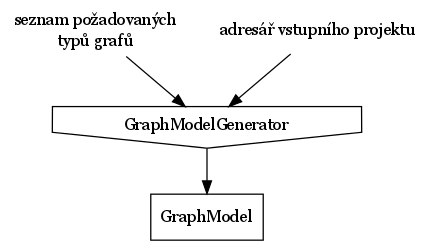
Before: archval/thesis/graphs/graph_generator_io_graph.png, a diagram exported from Graphviz (macekond/ismath). Its source is kept beside it as archval/thesis/graphs/graph_generator_io_graph.dot.
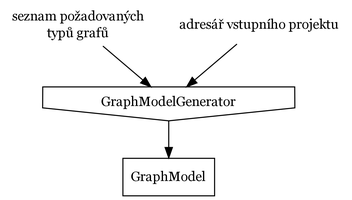
The same file after the commit.

Diff of the diagram source:
```diff
@@ -1,6 +1,6 @@
 digraph GraphModelGeneratorManagerIOGraph {
 
-    graph[dpi=92];
+    graph[dpi=300];
     node[fontsize=13,fontname=Georgia,shape=box];
     edge[fontsize=13,fontname=Georgia];
 
```
